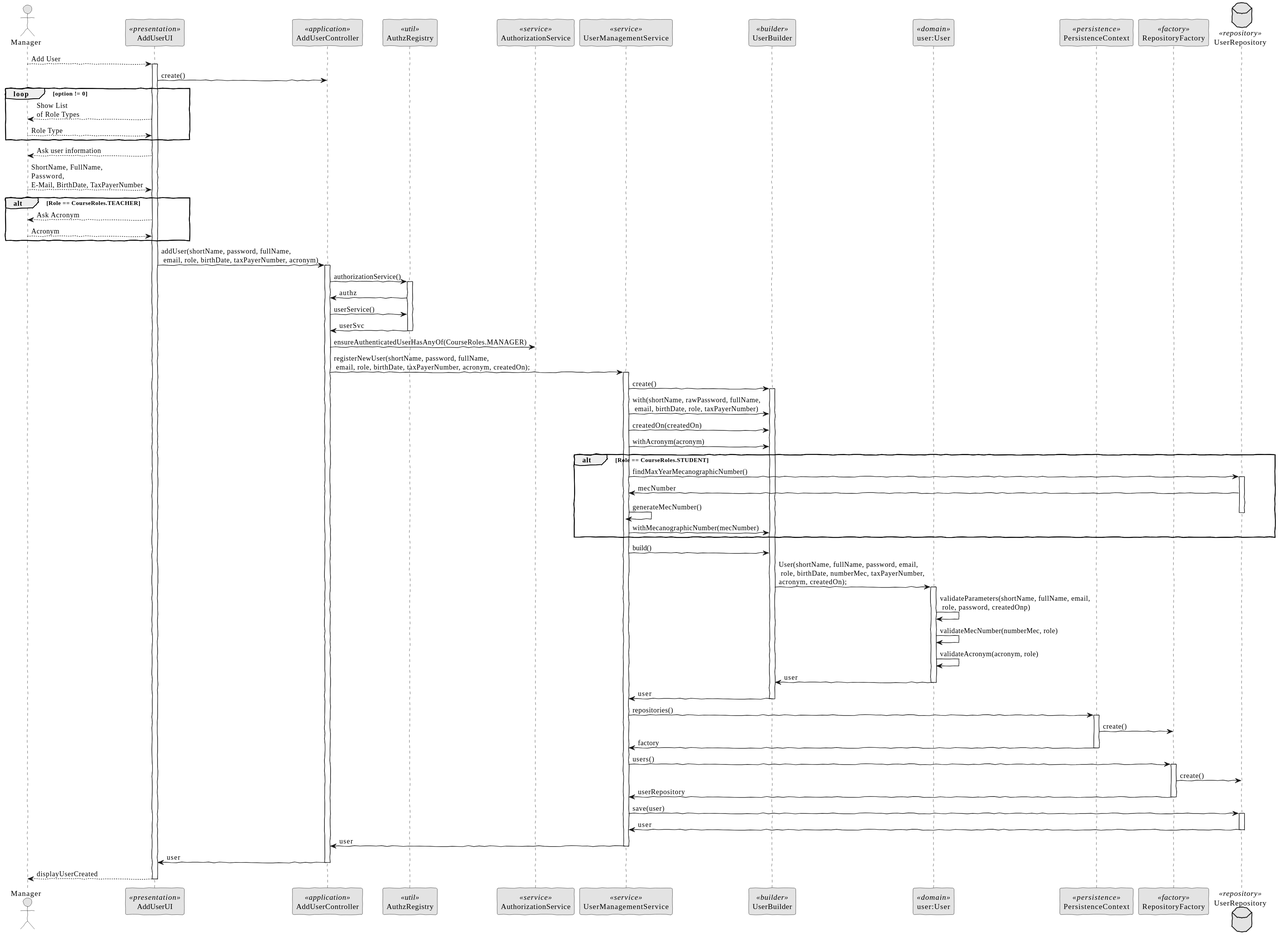
The PlantUML diagram docs/SPRINT B/US_1001/SD/RegisterUser-SD.svg in brunacosta03/sem4pi_22_23, before a commit.
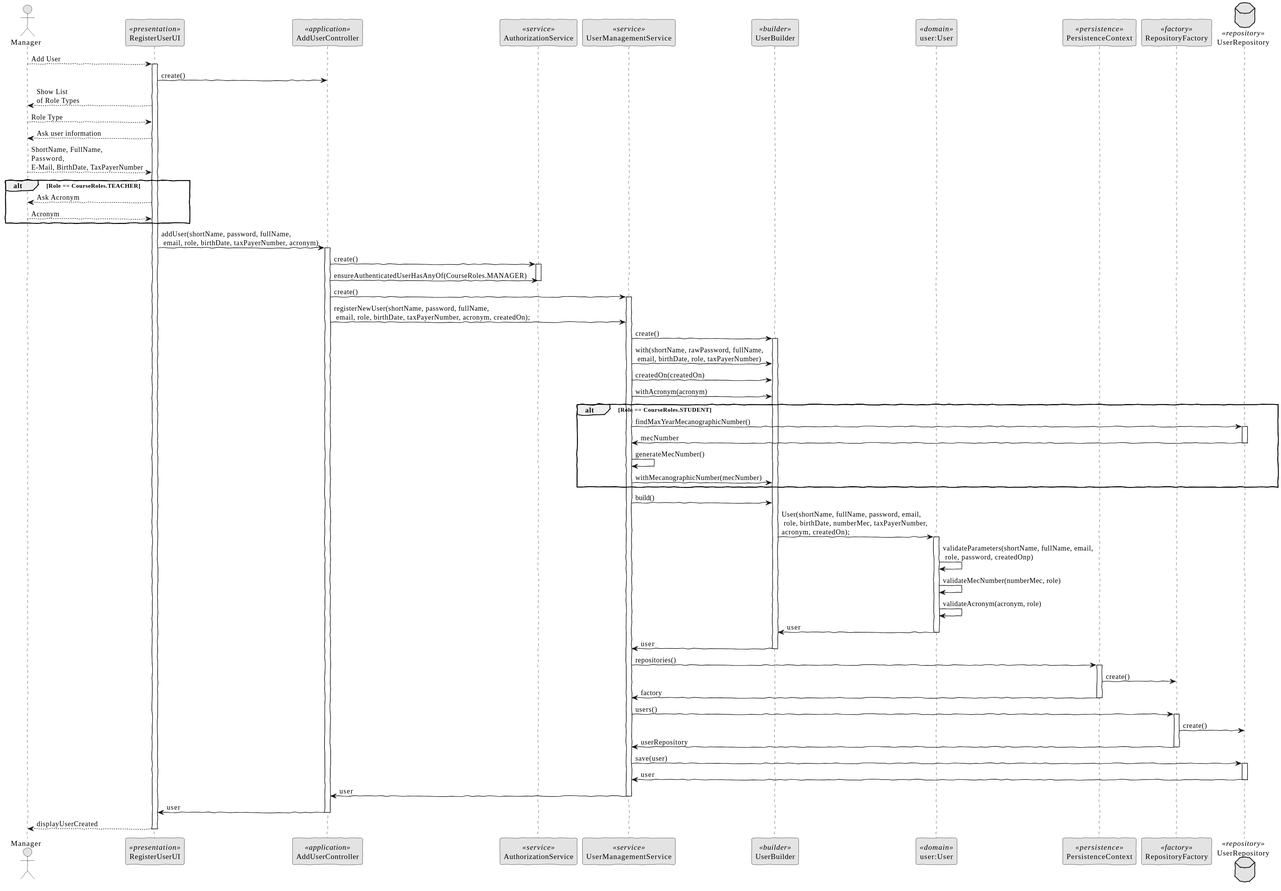
After the change.

What changed in the source:
```diff
@@ -6,9 +6,8 @@
 skinparam shadowing false
 
 actor Manager as Actor
-participant AddUserUI as UI <<presentation>>
+participant RegisterUserUI as UI <<presentation>>
 participant AddUserController as Controller <<application>>
-participant AuthzRegistry as Registry <<util>>
 participant AuthorizationService as AuthzService <<service>>
 participant UserManagementService as Service <<service>>
 participant UserBuilder as Builder <<builder>>
@@ -22,10 +21,8 @@
 activate UI
     UI -> Controller: create()
 
-    loop option != 0
-        UI --> Actor: Show List\nof Role Types
-        Actor --> UI: Role Type
-    end
+    UI --> Actor: Show List\nof Role Types
+    Actor --> UI: Role Type
 
     UI --> Actor: Ask user information
 
@@ -41,19 +38,15 @@
     UI -> Controller: addUser(shortName, password, fullName,\n email, role, birthDate, taxPayerNumber, acronym)
     activate Controller
 
-        Controller -> Registry: authorizationService()
-        activate Registry
-        Registry -> Controller: authz
-        Controller -> Registry: userService()
-        Registry -> Controller: userSvc
-        deactivate Registry
 
+    Controller -> AuthzService: create()
+    activate AuthzService
+    Controller -> AuthzService: ensureAuthenticatedUserHasAnyOf(CourseRoles.MANAGER)
+    deactivate AuthzService
 
-        Controller -> AuthzService: ensureAuthenticatedUserHasAnyOf(CourseRoles.MANAGER)
-
-
+    Controller -> Service: create()
+    activate Service
     Controller -> Service: registerNewUser(shortName, password, fullName,\n email, role, birthDate, taxPayerNumber, acronym, createdOn);
-    activate Service
 
     Service -> Builder: create()
         activate Builder
@@ -65,8 +58,8 @@
             Service -> Repository: findMaxYearMecanographicNumber()
             activate Repository
             Repository -> Service: mecNumber
+            deactivate Repository
             Service -> Service: generateMecNumber()
-            deactivate Repository
             Service -> Builder: withMecanographicNumber(mecNumber)
         end
 
```
